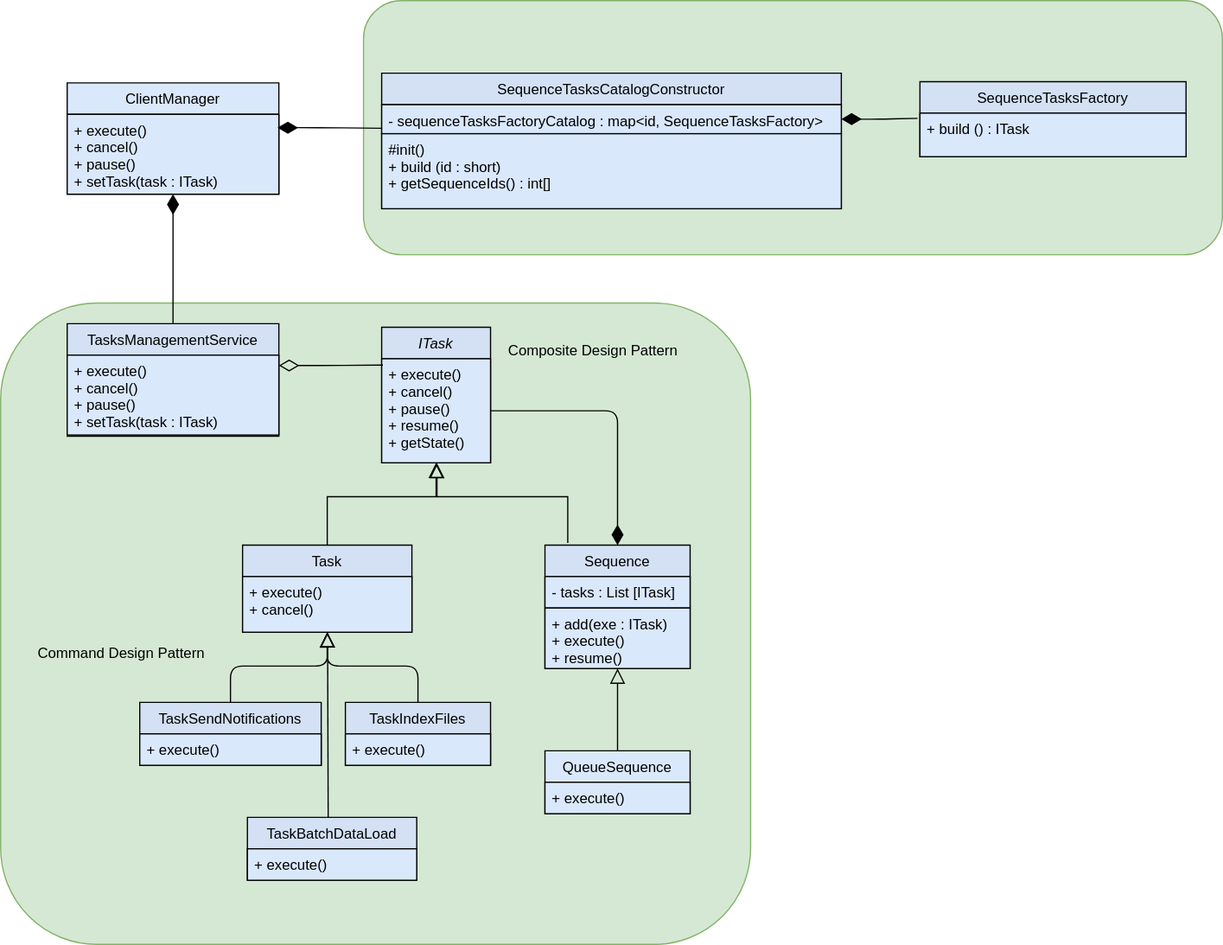
Before: design/TaskManagementService.svg, a diagram exported from draw.io (cguz/task-management-service). Source tidied: cells renumbered, new cells last; positions are measured from the earlier drawing's top-left corner, leaving out a move shared by most shapes. Its diagram source:
```xml
<mxGraphModel>
  <root>
    <mxCell id="0" />
    <mxCell id="1" parent="0" />
    <mxCell id="2" style="rounded=1;whiteSpace=wrap;html=1;fillColor=#d5e8d4;strokeColor=#82b366;" parent="1" vertex="1">
      <mxGeometry y="250" width="620" height="530" as="geometry" />
    </mxCell>
    <mxCell id="3" style="rounded=1;whiteSpace=wrap;html=1;fillColor=#d5e8d4;strokeColor=#82b366;" parent="1" vertex="1">
      <mxGeometry x="300" width="710" height="210" as="geometry" />
    </mxCell>
    <mxCell id="4" value="ITask" style="swimlane;fontStyle=2;align=center;verticalAlign=top;horizontal=1;startSize=26;rounded=0;shadow=0;strokeWidth=1;fillColor=#D4E1F5;" parent="1" vertex="1">
      <mxGeometry x="315" y="270" width="90" height="112" as="geometry" />
    </mxCell>
    <mxCell id="5" value="+ execute()&#10;+ cancel()&#10;+ pause()&#10;+ resume()&#10;+ getState()" style="text;align=left;verticalAlign=top;spacingLeft=4;spacingRight=4;overflow=hidden;points=[[0,0.5],[1,0.5]];portConstraint=eastwest;fillColor=#dae8fc;strokeColor=#000000;" parent="4" vertex="1">
      <mxGeometry y="26" width="90" height="86" as="geometry" />
    </mxCell>
    <mxCell id="6" value="Task" style="swimlane;fontStyle=0;align=center;verticalAlign=top;horizontal=1;startSize=26;rounded=0;shadow=0;strokeWidth=1;fillColor=#D4E1F5;" parent="1" vertex="1">
      <mxGeometry x="200" y="450" width="140" height="72" as="geometry" />
    </mxCell>
    <mxCell id="7" value="+ execute()&#10;+ cancel()" style="text;align=left;verticalAlign=top;spacingLeft=4;spacingRight=4;overflow=hidden;points=[[0,0.5],[1,0.5]];portConstraint=eastwest;fontStyle=0;fillColor=#dae8fc;strokeColor=#000000;" parent="6" vertex="1">
      <mxGeometry y="26" width="140" height="46" as="geometry" />
    </mxCell>
    <mxCell id="8" style="endArrow=block;endSize=10;endFill=0;shadow=0;strokeWidth=1;rounded=0;edgeStyle=elbowEdgeStyle;elbow=vertical;" parent="1" edge="1" source="6" target="4">
      <mxGeometry relative="1" as="geometry">
        <Array as="points">
          <mxPoint x="270" y="410" />
        </Array>
      </mxGeometry>
    </mxCell>
    <mxCell id="9" value="TaskIndexFiles" style="swimlane;fontStyle=0;align=center;verticalAlign=top;horizontal=1;startSize=26;rounded=0;shadow=0;strokeWidth=1;fillColor=#D4E1F5;" parent="1" vertex="1">
      <mxGeometry x="285" y="580" width="120" height="52" as="geometry" />
    </mxCell>
    <mxCell id="10" value="+ execute()" style="text;align=left;verticalAlign=top;spacingLeft=4;spacingRight=4;overflow=hidden;fontStyle=0;fillColor=#dae8fc;strokeColor=#000000;" parent="9" vertex="1">
      <mxGeometry y="26" width="120" height="26" as="geometry" />
    </mxCell>
    <mxCell id="11" value="TaskSendNotifications" style="swimlane;fontStyle=0;align=center;verticalAlign=top;horizontal=1;startSize=26;rounded=0;shadow=0;strokeWidth=1;fillColor=#D4E1F5;" parent="1" vertex="1">
      <mxGeometry x="115" y="580" width="150" height="52" as="geometry" />
    </mxCell>
    <mxCell id="12" value="+ execute()" style="text;align=left;verticalAlign=top;spacingLeft=4;spacingRight=4;overflow=hidden;fontStyle=0;fillColor=#dae8fc;strokeColor=#000000;" parent="11" vertex="1">
      <mxGeometry y="26" width="150" height="26" as="geometry" />
    </mxCell>
    <mxCell id="13" style="endArrow=block;endSize=10;endFill=0;html=1;entryX=0.5;entryY=1;entryDx=0;entryDy=0;exitX=0.5;exitY=0;exitDx=0;exitDy=0;" parent="1" edge="1" source="11" target="6">
      <mxGeometry relative="1" as="geometry">
        <Array as="points">
          <mxPoint x="190" y="550" />
          <mxPoint x="270" y="550" />
        </Array>
      </mxGeometry>
    </mxCell>
    <mxCell id="14" value="Sequence" style="swimlane;fontStyle=0;align=center;verticalAlign=top;horizontal=1;startSize=26;rounded=0;shadow=0;strokeWidth=1;fillColor=#D4E1F5;" parent="1" vertex="1">
      <mxGeometry x="450" y="450" width="120" height="102" as="geometry" />
    </mxCell>
    <mxCell id="15" value="- tasks : List [ITask]" style="text;align=left;verticalAlign=top;spacingLeft=4;spacingRight=4;overflow=hidden;fontStyle=0;fillColor=#dae8fc;strokeColor=#000000;" parent="14" vertex="1">
      <mxGeometry y="26" width="120" height="26" as="geometry" />
    </mxCell>
    <mxCell id="16" value="+ add(exe : ITask)&#10;+ execute()&#10;+ resume()&#10;" style="text;align=left;verticalAlign=top;spacingLeft=4;spacingRight=4;overflow=hidden;fontStyle=0;fillColor=#dae8fc;strokeColor=#000000;" parent="14" vertex="1">
      <mxGeometry y="52" width="120" height="50" as="geometry" />
    </mxCell>
    <mxCell id="17" value="QueueSequence" style="swimlane;fontStyle=0;align=center;verticalAlign=top;horizontal=1;startSize=26;rounded=0;shadow=0;strokeWidth=1;fillColor=#dae8fc;" parent="1" vertex="1">
      <mxGeometry x="450" y="620" width="120" height="52" as="geometry" />
    </mxCell>
    <mxCell id="18" value="+ execute()" style="text;align=left;verticalAlign=top;spacingLeft=4;spacingRight=4;overflow=hidden;fontStyle=0;fillColor=#dae8fc;strokeColor=#000000;" parent="17" vertex="1">
      <mxGeometry y="26" width="120" height="26" as="geometry" />
    </mxCell>
    <mxCell id="19" style="endArrow=block;endSize=10;endFill=0;html=1;entryX=0.5;entryY=1;entryDx=0;entryDy=0;exitX=0.5;exitY=0;exitDx=0;exitDy=0;" parent="1" edge="1" source="17" target="14">
      <mxGeometry relative="1" as="geometry" />
    </mxCell>
    <mxCell id="20" style="endArrow=block;endSize=10;endFill=0;html=1;entryX=0.5;entryY=1;entryDx=0;entryDy=0;exitX=0.5;exitY=0;exitDx=0;exitDy=0;" parent="1" edge="1" source="9" target="6">
      <mxGeometry relative="1" as="geometry">
        <Array as="points">
          <mxPoint x="345" y="550" />
          <mxPoint x="270" y="550" />
        </Array>
      </mxGeometry>
    </mxCell>
    <mxCell id="21" style="endArrow=none;html=1;endSize=12;startArrow=diamondThin;startSize=14;startFill=1;edgeStyle=orthogonalEdgeStyle;align=left;verticalAlign=bottom;entryX=1;entryY=0.5;entryDx=0;entryDy=0;exitX=0.5;exitY=0;exitDx=0;exitDy=0;endFill=0;" parent="1" edge="1" source="14" target="5">
      <mxGeometry x="-1" y="3" relative="1" as="geometry" />
    </mxCell>
    <mxCell id="22" value="Composite Design Pattern" style="text;html=1;strokeColor=none;fillColor=none;align=center;verticalAlign=middle;whiteSpace=wrap;rounded=0;" parent="1" vertex="1">
      <mxGeometry x="410" y="280" width="160" height="20" as="geometry" />
    </mxCell>
    <mxCell id="23" value="Command Design Pattern" style="text;html=1;strokeColor=none;fillColor=none;align=center;verticalAlign=middle;whiteSpace=wrap;rounded=0;" parent="1" vertex="1">
      <mxGeometry x="20" y="530" width="160" height="20" as="geometry" />
    </mxCell>
    <mxCell id="24" value="TaskBatchDataLoad" style="swimlane;fontStyle=0;align=center;verticalAlign=top;horizontal=1;startSize=26;rounded=0;shadow=0;strokeWidth=1;fillColor=#D4E1F5;" parent="1" vertex="1">
      <mxGeometry x="204" y="675" width="140" height="52" as="geometry" />
    </mxCell>
    <mxCell id="25" value="+ execute()" style="text;align=left;verticalAlign=top;spacingLeft=4;spacingRight=4;overflow=hidden;fontStyle=0;fillColor=#dae8fc;strokeColor=#000000;" parent="24" vertex="1">
      <mxGeometry y="26" width="140" height="26" as="geometry" />
    </mxCell>
    <mxCell id="26" style="endArrow=block;endSize=10;endFill=0;html=1;exitX=0.477;exitY=-0.002;exitDx=0;exitDy=0;exitPerimeter=0;entryX=0.502;entryY=1.004;entryDx=0;entryDy=0;entryPerimeter=0;" parent="1" edge="1" source="24" target="7">
      <mxGeometry relative="1" as="geometry" />
    </mxCell>
    <mxCell id="27" value="TasksManagementService" style="swimlane;fontStyle=0;align=center;verticalAlign=top;horizontal=1;startSize=26;rounded=0;shadow=0;strokeWidth=1;fillColor=#D4E1F5;" parent="1" vertex="1">
      <mxGeometry x="55" y="267" width="175" height="93" as="geometry" />
    </mxCell>
    <mxCell id="28" value="+ execute()&#10;+ cancel()&#10;+ pause()&#10;+ setTask(task : ITask)" style="text;align=left;verticalAlign=top;spacingLeft=4;spacingRight=4;overflow=hidden;points=[[0,0.5],[1,0.5]];portConstraint=eastwest;fillColor=#dae8fc;strokeColor=#000000;" parent="27" vertex="1">
      <mxGeometry y="26" width="175" height="66" as="geometry" />
    </mxCell>
    <mxCell id="29" style="endArrow=none;html=1;endSize=12;startArrow=diamondThin;startSize=14;startFill=0;edgeStyle=orthogonalEdgeStyle;align=left;verticalAlign=bottom;exitX=1;exitY=0.13;exitDx=0;exitDy=0;exitPerimeter=0;entryX=0.011;entryY=0.061;entryDx=0;entryDy=0;entryPerimeter=0;endFill=0;" parent="1" edge="1" source="28" target="5">
      <mxGeometry x="-1" y="3" relative="1" as="geometry" />
    </mxCell>
    <mxCell id="30" value="ClientManager" style="swimlane;fontStyle=0;align=center;verticalAlign=top;horizontal=1;startSize=26;rounded=0;shadow=0;strokeWidth=1;fillColor=#dae8fc;" parent="1" vertex="1">
      <mxGeometry x="55" y="68" width="175" height="92" as="geometry" />
    </mxCell>
    <mxCell id="31" value="+ execute()&#10;+ cancel()&#10;+ pause()&#10;+ setTask(task : ITask)" style="text;align=left;verticalAlign=top;spacingLeft=4;spacingRight=4;overflow=hidden;points=[[0,0.5],[1,0.5]];portConstraint=eastwest;fillColor=#dae8fc;strokeColor=#000000;" parent="30" vertex="1">
      <mxGeometry y="26" width="175" height="66" as="geometry" />
    </mxCell>
    <mxCell id="32" value="SequenceTasksCatalogConstructor" style="swimlane;fontStyle=0;align=center;verticalAlign=top;horizontal=1;startSize=26;rounded=0;shadow=0;strokeWidth=1;fillColor=#D4E1F5;" parent="1" vertex="1">
      <mxGeometry x="315" y="60" width="380" height="112" as="geometry" />
    </mxCell>
    <mxCell id="33" value="- sequenceTasksFactoryCatalog : map&lt;id, SequenceTasksFactory&gt;&#10;" style="text;align=left;verticalAlign=top;spacingLeft=4;spacingRight=4;overflow=hidden;points=[[0,0.5],[1,0.5]];portConstraint=eastwest;fillColor=#dae8fc;strokeColor=#000000;" parent="32" vertex="1">
      <mxGeometry y="26" width="380" height="24" as="geometry" />
    </mxCell>
    <mxCell id="34" value="#init()&#10;+ build (id : short)&#10;+ getSequenceIds() : int[]&#10;" style="text;align=left;verticalAlign=top;spacingLeft=4;spacingRight=4;overflow=hidden;fillColor=#dae8fc;strokeColor=#000000;" parent="32" vertex="1">
      <mxGeometry y="50" width="380" height="62" as="geometry" />
    </mxCell>
    <mxCell id="35" value="SequenceTasksFactory" style="swimlane;fontStyle=0;align=center;verticalAlign=top;horizontal=1;startSize=26;rounded=0;shadow=0;strokeWidth=1;fillColor=#D4E1F5;" parent="1" vertex="1">
      <mxGeometry x="760" y="67" width="220" height="62" as="geometry" />
    </mxCell>
    <mxCell id="36" value="+ build () : ITask&#10;" style="text;align=left;verticalAlign=top;spacingLeft=4;spacingRight=4;overflow=hidden;points=[[0,0.5],[1,0.5]];portConstraint=eastwest;fillColor=#dae8fc;strokeColor=#000000;" parent="35" vertex="1">
      <mxGeometry y="26" width="220" height="36" as="geometry" />
    </mxCell>
    <mxCell id="37" style="endArrow=none;html=1;endSize=12;startArrow=diamondThin;startSize=14;startFill=1;edgeStyle=orthogonalEdgeStyle;align=left;verticalAlign=bottom;entryX=0.5;entryY=0;entryDx=0;entryDy=0;endFill=0;exitX=0.5;exitY=1;exitDx=0;exitDy=0;exitPerimeter=0;" parent="1" edge="1" source="31" target="27">
      <mxGeometry x="-1" y="3" relative="1" as="geometry" />
    </mxCell>
    <mxCell id="38" style="endArrow=none;html=1;endSize=12;startArrow=diamondThin;startSize=14;startFill=1;edgeStyle=orthogonalEdgeStyle;align=left;verticalAlign=bottom;endFill=0;exitX=0.994;exitY=0.167;exitDx=0;exitDy=0;exitPerimeter=0;entryX=0.001;entryY=0.812;entryDx=0;entryDy=0;entryPerimeter=0;" parent="1" edge="1" source="31" target="33">
      <mxGeometry x="-1" y="3" relative="1" as="geometry" />
    </mxCell>
    <mxCell id="39" style="endArrow=none;html=1;endSize=12;startArrow=diamondThin;startSize=14;startFill=1;edgeStyle=orthogonalEdgeStyle;align=left;verticalAlign=bottom;endFill=0;entryX=-0.009;entryY=0.12;entryDx=0;entryDy=0;entryPerimeter=0;" parent="1" edge="1" source="33" target="36">
      <mxGeometry x="-1" y="3" relative="1" as="geometry" />
    </mxCell>
    <mxCell id="40" style="endArrow=block;endSize=10;endFill=0;shadow=0;strokeWidth=1;rounded=0;edgeStyle=elbowEdgeStyle;elbow=vertical;exitX=0.157;exitY=-0.018;exitDx=0;exitDy=0;exitPerimeter=0;entryX=0.508;entryY=1.003;entryDx=0;entryDy=0;entryPerimeter=0;" parent="1" edge="1" source="14" target="5">
      <mxGeometry relative="1" as="geometry">
        <Array as="points">
          <mxPoint x="420" y="410" />
        </Array>
      </mxGeometry>
    </mxCell>
  </root>
</mxGraphModel>
```
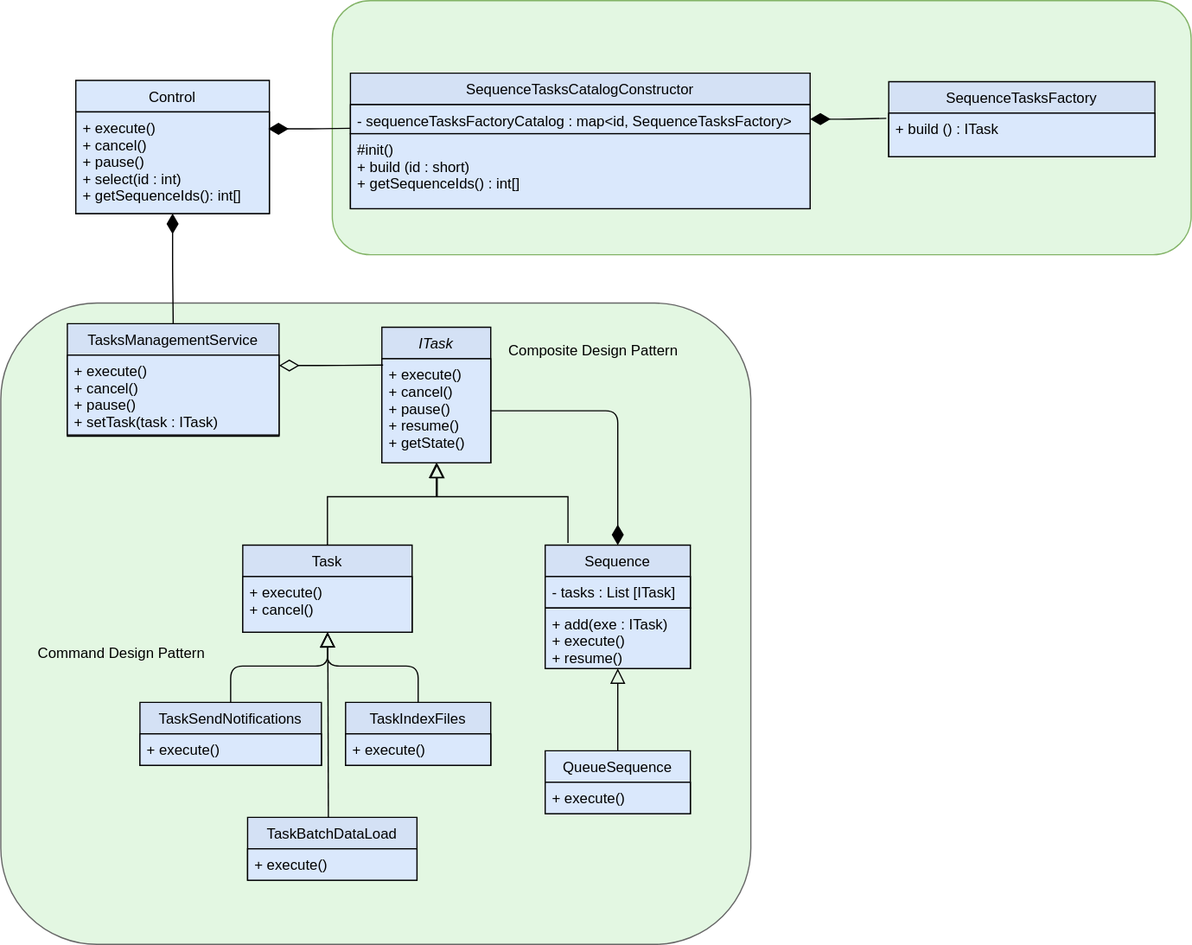
After the commit.

The edit, as a diff of the source:
```diff
@@ -2,11 +2,11 @@
   <root>
     <mxCell id="0" />
     <mxCell id="1" parent="0" />
-    <mxCell id="2" style="rounded=1;whiteSpace=wrap;html=1;fillColor=#d5e8d4;strokeColor=#82b366;" parent="1" vertex="1">
+    <mxCell id="2" style="rounded=1;whiteSpace=wrap;html=1;strokeColor=#666666;fontColor=#333333;fillColor=#E3F7E2;" parent="1" vertex="1">
       <mxGeometry y="250" width="620" height="530" as="geometry" />
     </mxCell>
-    <mxCell id="3" style="rounded=1;whiteSpace=wrap;html=1;fillColor=#d5e8d4;strokeColor=#82b366;" parent="1" vertex="1">
-      <mxGeometry x="300" width="710" height="210" as="geometry" />
+    <mxCell id="3" style="rounded=1;whiteSpace=wrap;html=1;strokeColor=#82b366;fillColor=#E3F7E2;" parent="1" vertex="1">
+      <mxGeometry x="274" width="710" height="210" as="geometry" />
     </mxCell>
     <mxCell id="4" value="ITask" style="swimlane;fontStyle=2;align=center;verticalAlign=top;horizontal=1;startSize=26;rounded=0;shadow=0;strokeWidth=1;fillColor=#D4E1F5;" parent="1" vertex="1">
       <mxGeometry x="315" y="270" width="90" height="112" as="geometry" />
@@ -100,14 +100,14 @@
     <mxCell id="29" style="endArrow=none;html=1;endSize=12;startArrow=diamondThin;startSize=14;startFill=0;edgeStyle=orthogonalEdgeStyle;align=left;verticalAlign=bottom;exitX=1;exitY=0.13;exitDx=0;exitDy=0;exitPerimeter=0;entryX=0.011;entryY=0.061;entryDx=0;entryDy=0;entryPerimeter=0;endFill=0;" parent="1" edge="1" source="28" target="5">
       <mxGeometry x="-1" y="3" relative="1" as="geometry" />
     </mxCell>
-    <mxCell id="30" value="ClientManager" style="swimlane;fontStyle=0;align=center;verticalAlign=top;horizontal=1;startSize=26;rounded=0;shadow=0;strokeWidth=1;fillColor=#dae8fc;" parent="1" vertex="1">
-      <mxGeometry x="55" y="68" width="175" height="92" as="geometry" />
+    <mxCell id="30" value="Control" style="swimlane;fontStyle=0;align=center;verticalAlign=top;horizontal=1;startSize=26;rounded=0;shadow=0;strokeWidth=1;fillColor=#dae8fc;" parent="1" vertex="1">
+      <mxGeometry x="62" y="66" width="160" height="110" as="geometry" />
     </mxCell>
-    <mxCell id="31" value="+ execute()&#10;+ cancel()&#10;+ pause()&#10;+ setTask(task : ITask)" style="text;align=left;verticalAlign=top;spacingLeft=4;spacingRight=4;overflow=hidden;points=[[0,0.5],[1,0.5]];portConstraint=eastwest;fillColor=#dae8fc;strokeColor=#000000;" parent="30" vertex="1">
-      <mxGeometry y="26" width="175" height="66" as="geometry" />
+    <mxCell id="31" value="+ execute()&#10;+ cancel()&#10;+ pause()&#10;+ select(id : int)&#10;+ getSequenceIds(): int[]" style="text;align=left;verticalAlign=top;spacingLeft=4;spacingRight=4;overflow=hidden;points=[[0,0.5],[1,0.5]];portConstraint=eastwest;fillColor=#dae8fc;strokeColor=#000000;" parent="30" vertex="1">
+      <mxGeometry y="26" width="160" height="84" as="geometry" />
     </mxCell>
     <mxCell id="32" value="SequenceTasksCatalogConstructor" style="swimlane;fontStyle=0;align=center;verticalAlign=top;horizontal=1;startSize=26;rounded=0;shadow=0;strokeWidth=1;fillColor=#D4E1F5;" parent="1" vertex="1">
-      <mxGeometry x="315" y="60" width="380" height="112" as="geometry" />
+      <mxGeometry x="289" y="60" width="380" height="112" as="geometry" />
     </mxCell>
     <mxCell id="33" value="- sequenceTasksFactoryCatalog : map&lt;id, SequenceTasksFactory&gt;&#10;" style="text;align=left;verticalAlign=top;spacingLeft=4;spacingRight=4;overflow=hidden;points=[[0,0.5],[1,0.5]];portConstraint=eastwest;fillColor=#dae8fc;strokeColor=#000000;" parent="32" vertex="1">
       <mxGeometry y="26" width="380" height="24" as="geometry" />
@@ -116,7 +116,7 @@
       <mxGeometry y="50" width="380" height="62" as="geometry" />
     </mxCell>
     <mxCell id="35" value="SequenceTasksFactory" style="swimlane;fontStyle=0;align=center;verticalAlign=top;horizontal=1;startSize=26;rounded=0;shadow=0;strokeWidth=1;fillColor=#D4E1F5;" parent="1" vertex="1">
-      <mxGeometry x="760" y="67" width="220" height="62" as="geometry" />
+      <mxGeometry x="734" y="67" width="220" height="62" as="geometry" />
     </mxCell>
     <mxCell id="36" value="+ build () : ITask&#10;" style="text;align=left;verticalAlign=top;spacingLeft=4;spacingRight=4;overflow=hidden;points=[[0,0.5],[1,0.5]];portConstraint=eastwest;fillColor=#dae8fc;strokeColor=#000000;" parent="35" vertex="1">
       <mxGeometry y="26" width="220" height="36" as="geometry" />
```
